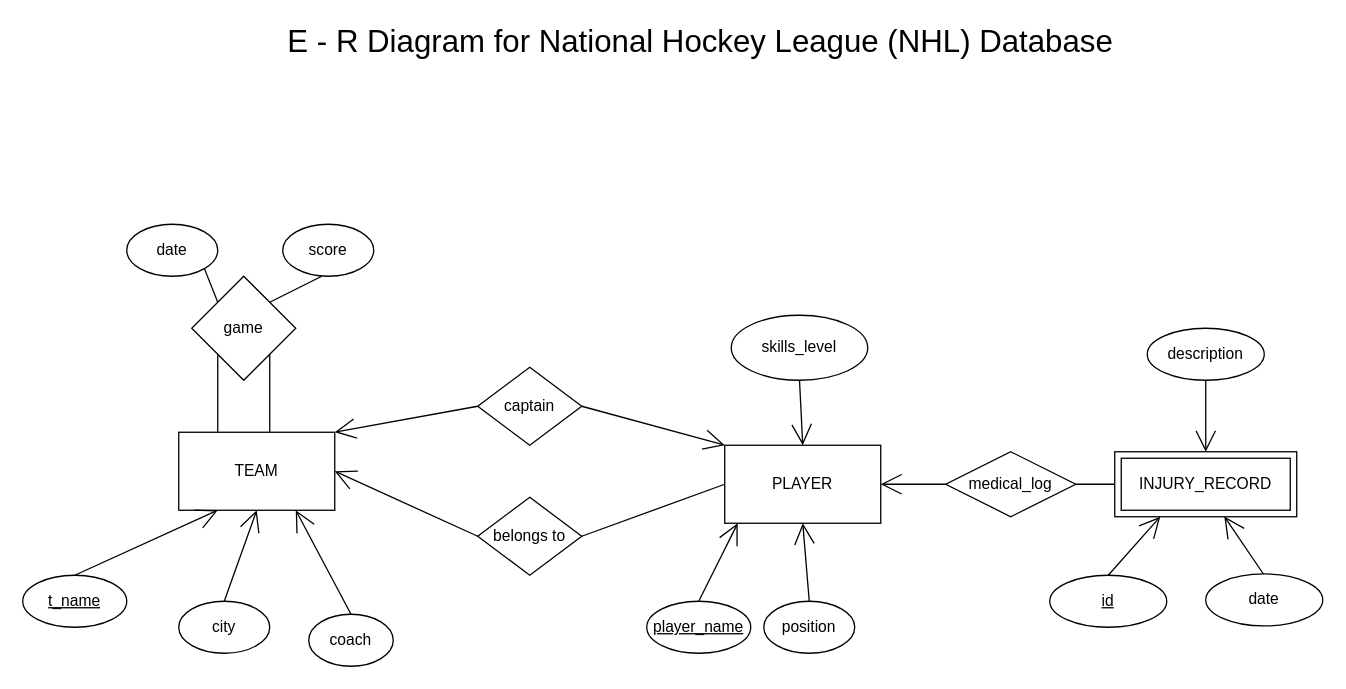
This is page "ER Diagram" (2 of 3) of Untitled Diagram.drawio from R0HITKUMAR/dbms_lab, a draw.io file, before an edit. Source tidied: cells renumbered, new cells numbered last; positions are measured from the earlier drawing's top-left corner, leaving out a move shared by most shapes. Both pictures are drawn from the tidied source at 130%, with x=0, y=0 at pixel (22, 26).
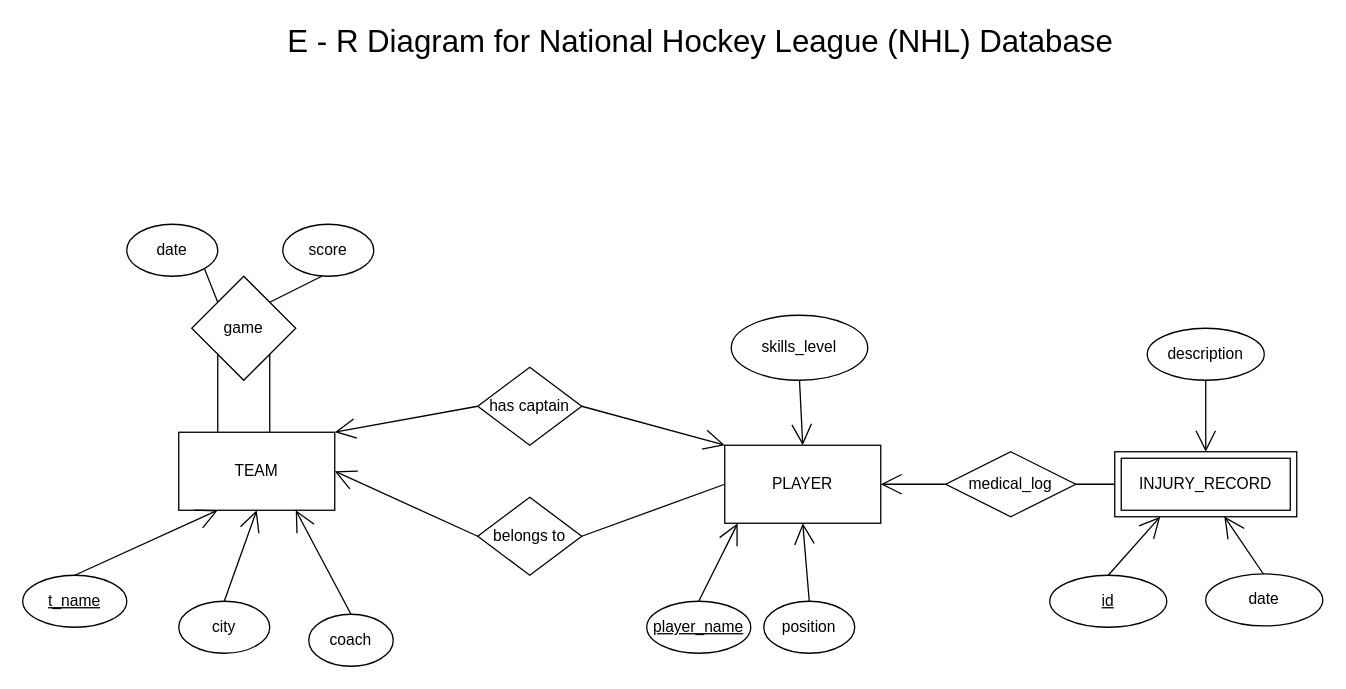
The same page after the edit.

What changed in the source:
```diff
@@
-    <mxCell id="18" value="captain" style="rhombus;whiteSpace=wrap;html=1;hachureGap=4;" parent="1" vertex="1">
+    <mxCell id="18" value="has captain" style="rhombus;whiteSpace=wrap;html=1;hachureGap=4;" parent="1" vertex="1">
       <mxGeometry x="350" y="262" width="80" height="60" as="geometry" />
     </mxCell>
```
